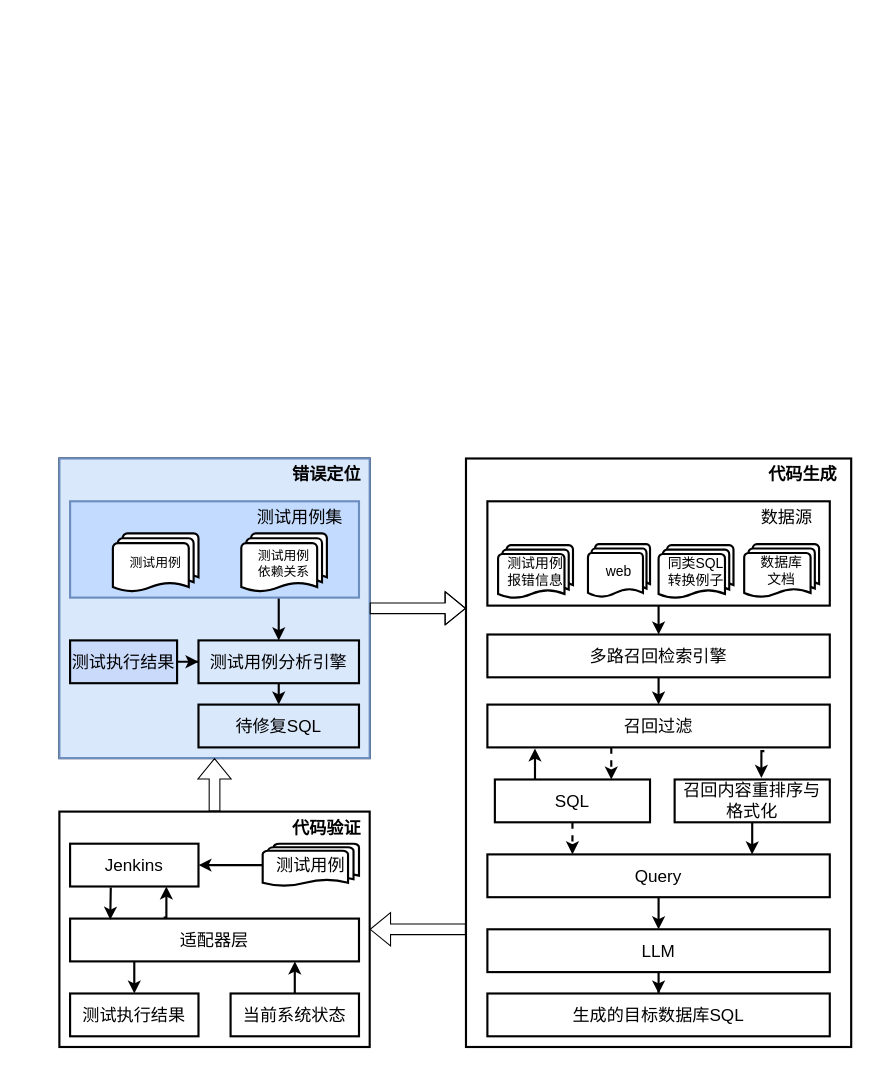
Before: architecture.drawio in Olive-2019/drawio-source, a draw.io diagram. Source tidied: cells renumbered, new cells numbered last; positions are measured from the earlier drawing's top-left corner, leaving out a move shared by most shapes. Both pictures are drawn from the tidied source at 107%, with x=0, y=0 at pixel (59, 458).
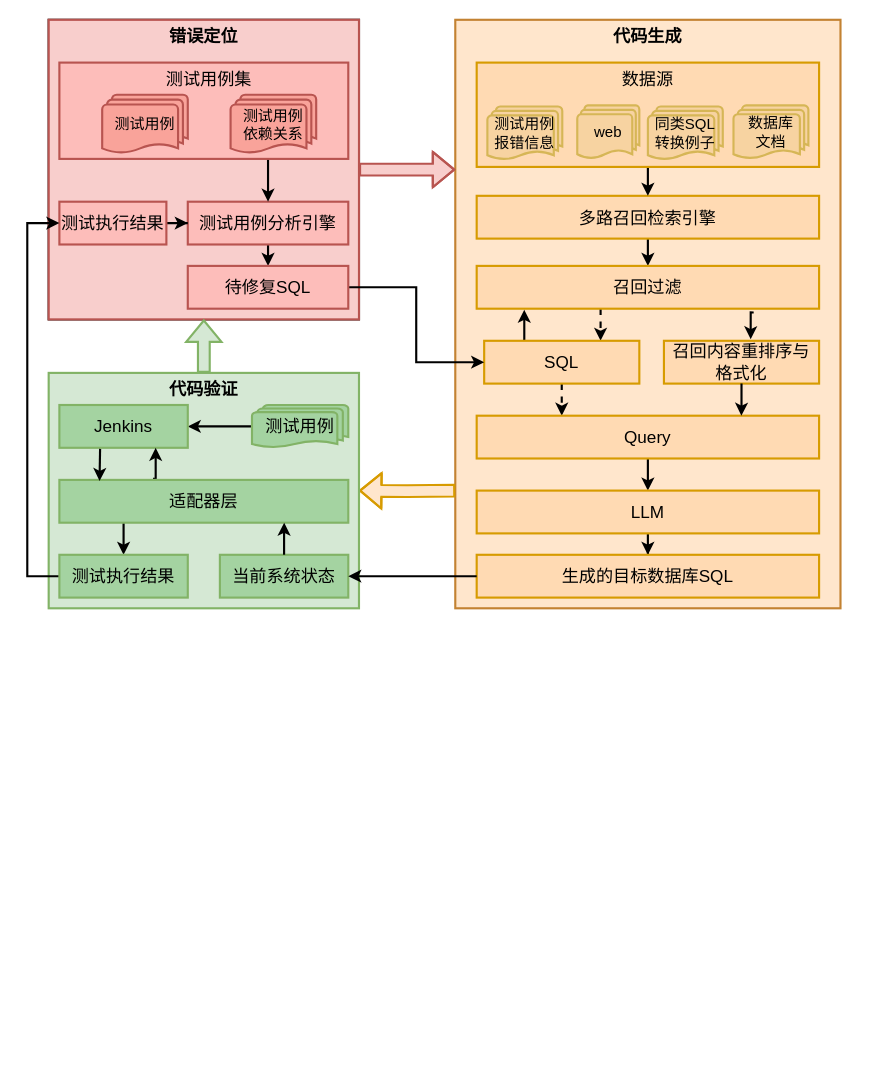
The same page after the edit.

The edit, as a diff of the source:
```diff
@@
+    <mxCell id="56" style="group;" parent="1" vertex="1">
+      <mxGeometry x="-30" y="-410" width="760" height="550" as="geometry" />
+    </mxCell>
-    <mxCell id="2" style="rounded=0;whiteSpace=wrap;html=1;strokeWidth=2;fillColor=default;" parent="1" vertex="1">
-      <mxGeometry width="290" height="280" as="geometry" />
+    <mxCell id="2" style="rounded=0;whiteSpace=wrap;html=1;strokeWidth=2;fillColor=default;" parent="56" vertex="1">
+      <mxGeometry x="20" width="290" height="280" as="geometry" />
     </mxCell>
-    <mxCell id="3" style="group;strokeWidth=2;" parent="1" vertex="1">
-      <mxGeometry x="380" width="360" height="550" as="geometry" />
+    <mxCell id="3" style="group;strokeWidth=2;fillColor=#ffe6cc;strokeColor=#c38232;" parent="56" vertex="1">
+      <mxGeometry x="400" width="360" height="550" as="geometry" />
     </mxCell>
-    <mxCell id="4" style="rounded=0;whiteSpace=wrap;html=1;fontFamily=Helvetica;fontSize=16;glass=0;shadow=0;fillColor=none;strokeWidth=2;" parent="3" vertex="1">
-      <mxGeometry width="360" height="550" as="geometry" />
-    </mxCell>
@@
-    <mxCell id="6" value="多路召回检索引擎" style="rounded=0;whiteSpace=wrap;html=1;fontStyle=0;fontSize=16;strokeWidth=2;" parent="3" vertex="1">
+    <mxCell id="6" value="多路召回检索引擎" style="rounded=0;whiteSpace=wrap;html=1;fontStyle=0;fontSize=16;strokeWidth=2;strokeColor=#d79b00;align=center;verticalAlign=middle;fontFamily=Helvetica;fillColor=#ffdab3;" parent="3" vertex="1">
       <mxGeometry x="20" y="164.5" width="320" height="40" as="geometry" />
     </mxCell>
@@
-    <mxCell id="9" value="召回过滤" style="rounded=0;whiteSpace=wrap;html=1;fontSize=16;strokeWidth=2;" parent="3" vertex="1">
+    <mxCell id="9" value="召回过滤" style="rounded=0;whiteSpace=wrap;html=1;fontSize=16;strokeWidth=2;strokeColor=#d79b00;align=center;verticalAlign=middle;fontFamily=Helvetica;fillColor=#ffdab3;" parent="3" vertex="1">
       <mxGeometry x="20" y="230" width="320" height="40" as="geometry" />
     </mxCell>
-    <mxCell id="10" value="召回内容重排序与格式化" style="rounded=0;whiteSpace=wrap;html=1;fontSize=16;strokeWidth=2;" parent="3" vertex="1">
+    <mxCell id="10" value="召回内容重排序与格式化" style="rounded=0;whiteSpace=wrap;html=1;fontSize=16;strokeWidth=2;strokeColor=#d79b00;align=center;verticalAlign=middle;fontFamily=Helvetica;fillColor=#ffdab3;" parent="3" vertex="1">
       <mxGeometry x="195" y="300" width="145" height="40" as="geometry" />
     </mxCell>
@@
-    <mxCell id="13" value="SQL" style="rounded=0;whiteSpace=wrap;html=1;fontSize=16;strokeWidth=2;" parent="3" vertex="1">
+    <mxCell id="13" value="SQL" style="rounded=0;whiteSpace=wrap;html=1;fontSize=16;strokeWidth=2;strokeColor=#d79b00;align=center;verticalAlign=middle;fontFamily=Helvetica;fillColor=#ffdab3;" parent="3" vertex="1">
       <mxGeometry x="27" y="300" width="145" height="40" as="geometry" />
     </mxCell>
-    <mxCell id="14" style="rounded=0;whiteSpace=wrap;html=1;fillColor=none;strokeWidth=2;" parent="3" vertex="1">
+    <mxCell id="14" style="rounded=0;whiteSpace=wrap;html=1;fillColor=#ffdab3;strokeWidth=2;strokeColor=#d79b00;" parent="3" vertex="1">
       <mxGeometry x="20" y="40" width="320" height="97.5" as="geometry" />
     </mxCell>
@@
-    <mxCell id="17" value="Query" style="rounded=0;whiteSpace=wrap;html=1;fontSize=16;strokeWidth=2;" parent="3" vertex="1">
+    <mxCell id="17" value="Query" style="rounded=0;whiteSpace=wrap;html=1;fontSize=16;strokeWidth=2;strokeColor=#d79b00;align=center;verticalAlign=middle;fontFamily=Helvetica;fillColor=#ffdab3;" parent="3" vertex="1">
       <mxGeometry x="20" y="370" width="320" height="40" as="geometry" />
     </mxCell>
@@
-    <mxCell id="20" value="LLM" style="rounded=0;whiteSpace=wrap;html=1;fontSize=16;strokeWidth=2;" parent="3" vertex="1">
+    <mxCell id="20" value="LLM" style="rounded=0;whiteSpace=wrap;html=1;fontSize=16;strokeWidth=2;strokeColor=#d79b00;align=center;verticalAlign=middle;fontFamily=Helvetica;fillColor=#ffdab3;" parent="3" vertex="1">
       <mxGeometry x="20" y="440" width="320" height="40" as="geometry" />
     </mxCell>
-    <mxCell id="21" value="生成的目标数据库SQL" style="rounded=0;whiteSpace=wrap;html=1;fontSize=16;strokeWidth=2;" parent="3" vertex="1">
+    <mxCell id="21" value="生成的目标数据库SQL" style="rounded=0;whiteSpace=wrap;html=1;fontSize=16;strokeWidth=2;strokeColor=#d79b00;align=center;verticalAlign=middle;fontFamily=Helvetica;fillColor=#ffdab3;" parent="3" vertex="1">
       <mxGeometry x="20" y="500" width="320" height="40" as="geometry" />
     </mxCell>
     <mxCell id="22" value="代码生成" style="text;html=1;align=center;verticalAlign=middle;whiteSpace=wrap;rounded=0;fontSize=16;strokeWidth=2;fontStyle=1;" parent="3" vertex="1">
-      <mxGeometry x="270" width="90" height="30" as="geometry" />
+      <mxGeometry x="135" width="90" height="30" as="geometry" />
     </mxCell>
-    <mxCell id="23" value="&lt;span style=&quot;font-size: 13px;&quot;&gt;数据库&lt;/span&gt;&lt;div style=&quot;font-size: 13px;&quot;&gt;文档&lt;/div&gt;" style="strokeWidth=2;html=1;shape=mxgraph.flowchart.multi-document;whiteSpace=wrap;" parent="3" vertex="1">
+    <mxCell id="23" value="&lt;span style=&quot;font-size: 14px;&quot;&gt;数据库&lt;/span&gt;&lt;div style=&quot;font-size: 14px;&quot;&gt;文档&lt;/div&gt;" style="strokeWidth=2;html=1;shape=mxgraph.flowchart.multi-document;whiteSpace=wrap;fillColor=#f7d3a1;strokeColor=#d6b656;fontSize=14;" parent="3" vertex="1">
       <mxGeometry x="260" y="80" width="70" height="50" as="geometry" />
     </mxCell>
-    <mxCell id="24" value="&lt;div&gt;&lt;span style=&quot;font-size: 13px;&quot;&gt;web&lt;/span&gt;&lt;/div&gt;" style="strokeWidth=2;html=1;shape=mxgraph.flowchart.multi-document;whiteSpace=wrap;" parent="3" vertex="1">
+    <mxCell id="24" value="&lt;div style=&quot;font-size: 14px;&quot;&gt;&lt;span style=&quot;font-size: 14px;&quot;&gt;web&lt;/span&gt;&lt;/div&gt;" style="strokeWidth=2;html=1;shape=mxgraph.flowchart.multi-document;whiteSpace=wrap;strokeColor=#d6b656;align=center;verticalAlign=middle;fontFamily=Helvetica;fontSize=14;fontColor=default;fillColor=#f7d3a1;" parent="3" vertex="1">
       <mxGeometry x="114" y="80" width="58" height="50" as="geometry" />
     </mxCell>
     <mxCell id="25" value="数据源" style="text;html=1;align=center;verticalAlign=middle;whiteSpace=wrap;rounded=0;fontSize=16;fontStyle=0;strokeWidth=2;" parent="3" vertex="1">
-      <mxGeometry x="270" y="40" width="60" height="30" as="geometry" />
+      <mxGeometry x="150" y="40" width="60" height="30" as="geometry" />
     </mxCell>
-    <mxCell id="26" value="&lt;span style=&quot;font-size: 13px;&quot;&gt;同类SQL&lt;/span&gt;&lt;div&gt;&lt;span style=&quot;font-size: 13px;&quot;&gt;转换例子&lt;/span&gt;&lt;/div&gt;" style="strokeWidth=2;html=1;shape=mxgraph.flowchart.multi-document;whiteSpace=wrap;" parent="3" vertex="1">
+    <mxCell id="26" value="&lt;span style=&quot;font-size: 14px;&quot;&gt;同类SQL&lt;/span&gt;&lt;div style=&quot;font-size: 14px;&quot;&gt;&lt;span style=&quot;font-size: 14px;&quot;&gt;转换例子&lt;/span&gt;&lt;/div&gt;" style="strokeWidth=2;html=1;shape=mxgraph.flowchart.multi-document;whiteSpace=wrap;strokeColor=#d6b656;align=center;verticalAlign=middle;fontFamily=Helvetica;fontSize=14;fontColor=default;fillColor=#f7d3a1;" parent="3" vertex="1">
       <mxGeometry x="180" y="81" width="70" height="50" as="geometry" />
     </mxCell>
-    <mxCell id="27" value="&lt;span style=&quot;font-size: 13px;&quot;&gt;测试用例&lt;/span&gt;&lt;div&gt;&lt;span style=&quot;font-size: 13px;&quot;&gt;报错信息&lt;/span&gt;&lt;br&gt;&lt;/div&gt;" style="strokeWidth=2;html=1;shape=mxgraph.flowchart.multi-document;whiteSpace=wrap;" parent="3" vertex="1">
+    <mxCell id="27" value="&lt;span style=&quot;font-size: 14px;&quot;&gt;测试用例&lt;/span&gt;&lt;div style=&quot;font-size: 14px;&quot;&gt;&lt;span style=&quot;font-size: 14px;&quot;&gt;报错信息&lt;/span&gt;&lt;br style=&quot;font-size: 14px;&quot;&gt;&lt;/div&gt;" style="strokeWidth=2;html=1;shape=mxgraph.flowchart.multi-document;whiteSpace=wrap;strokeColor=#d6b656;align=center;verticalAlign=middle;fontFamily=Helvetica;fontSize=14;fontColor=default;fillColor=#f7d3a1;" parent="3" vertex="1">
       <mxGeometry x="30" y="81" width="70" height="50" as="geometry" />
     </mxCell>
-    <mxCell id="28" style="group;strokeWidth=2;fillColor=#dae8fc;strokeColor=#6c8ebf;" parent="1" vertex="1">
-      <mxGeometry width="290" height="280" as="geometry" />
+    <mxCell id="28" style="group;strokeWidth=2;fillColor=#f8cecc;strokeColor=#b85450;" parent="56" vertex="1">
+      <mxGeometry x="20" width="290" height="280" as="geometry" />
     </mxCell>
-    <mxCell id="29" style="group;strokeWidth=2;" parent="1" vertex="1">
-      <mxGeometry x="10" y="360" width="310" height="190" as="geometry" />
-    </mxCell>
-    <mxCell id="30" style="rounded=0;whiteSpace=wrap;html=1;strokeWidth=2;" parent="29" vertex="1">
-      <mxGeometry x="-10" y="-30" width="290" height="220" as="geometry" />
-    </mxCell>
-    <mxCell id="31" style="edgeStyle=orthogonalEdgeStyle;rounded=0;jettySize=auto;html=1;fontSize=16;strokeWidth=2;" parent="29" edge="1" source="32" target="33">
-      <mxGeometry relative="1" as="geometry" />
-    </mxCell>
-    <mxCell id="32" value="测试用例" style="strokeWidth=2;html=1;shape=mxgraph.flowchart.multi-document;whiteSpace=wrap;fontSize=16;" parent="29" vertex="1">
-      <mxGeometry x="180" width="90" height="40" as="geometry" />
-    </mxCell>
-    <mxCell id="33" value="Jenkins" style="rounded=0;whiteSpace=wrap;html=1;fontSize=16;strokeWidth=2;" parent="29" vertex="1">
-      <mxGeometry width="120" height="40" as="geometry" />
-    </mxCell>
-    <mxCell id="34" style="edgeStyle=orthogonalEdgeStyle;rounded=0;jettySize=auto;html=1;entryX=0.5;entryY=0;entryDx=0;entryDy=0;exitX=0.226;exitY=1.013;exitDx=0;exitDy=0;exitPerimeter=0;strokeWidth=2;" parent="29" edge="1" source="36" target="38">
-      <mxGeometry relative="1" as="geometry" />
-    </mxCell>
-    <mxCell id="35" style="edgeStyle=orthogonalEdgeStyle;rounded=0;jettySize=auto;html=1;entryX=0.75;entryY=1;entryDx=0;entryDy=0;exitX=0.324;exitY=-0.025;exitDx=0;exitDy=0;exitPerimeter=0;strokeWidth=2;" parent="29" edge="1" source="36" target="33">
-      <mxGeometry relative="1" as="geometry" />
-    </mxCell>
-    <mxCell id="36" value="适配器层" style="rounded=0;whiteSpace=wrap;html=1;fontSize=16;strokeWidth=2;" parent="29" vertex="1">
-      <mxGeometry y="70" width="270" height="40" as="geometry" />
-    </mxCell>
-    <mxCell id="37" value="当前系统状态" style="rounded=0;whiteSpace=wrap;html=1;fontSize=16;strokeWidth=2;" parent="29" vertex="1">
-      <mxGeometry x="150" y="140" width="120" height="40" as="geometry" />
-    </mxCell>
-    <mxCell id="38" value="&lt;span style=&quot;font-size: 16px;&quot;&gt;测试执行结果&lt;/span&gt;" style="rounded=0;whiteSpace=wrap;html=1;fontSize=16;strokeWidth=2;" parent="29" vertex="1">
-      <mxGeometry y="140" width="120" height="40" as="geometry" />
-    </mxCell>
-    <mxCell id="39" style="edgeStyle=orthogonalEdgeStyle;rounded=0;jettySize=auto;html=1;entryX=0.778;entryY=1;entryDx=0;entryDy=0;entryPerimeter=0;strokeWidth=2;" parent="29" edge="1" source="37" target="36">
-      <mxGeometry relative="1" as="geometry" />
-    </mxCell>
-    <mxCell id="40" style="edgeStyle=orthogonalEdgeStyle;rounded=0;jettySize=auto;html=1;entryX=0.139;entryY=0.025;entryDx=0;entryDy=0;entryPerimeter=0;exitX=0.317;exitY=1.025;exitDx=0;exitDy=0;exitPerimeter=0;strokeWidth=2;" parent="29" edge="1" source="33" target="36">
-      <mxGeometry relative="1" as="geometry" />
-    </mxCell>
-    <mxCell id="41" value="代码验证" style="text;html=1;align=center;verticalAlign=middle;whiteSpace=wrap;rounded=0;fontSize=16;strokeWidth=2;fontStyle=1;" parent="29" vertex="1">
-      <mxGeometry x="200" y="-30" width="80" height="30" as="geometry" />
-    </mxCell>
-    <mxCell id="42" style="edgeStyle=orthogonalEdgeStyle;rounded=0;jettySize=auto;html=1;entryX=0.5;entryY=1;entryDx=0;entryDy=0;shape=flexArrow;" parent="1" edge="1" source="30" target="2">
+    <mxCell id="42" style="edgeStyle=orthogonalEdgeStyle;rounded=0;jettySize=auto;html=1;entryX=0.5;entryY=1;entryDx=0;entryDy=0;shape=flexArrow;fillColor=#d5e8d4;strokeColor=#82b366;strokeWidth=2;" parent="56" edge="1" source="30" target="2">
       <mxGeometry relative="1" as="geometry" />
     </mxCell>
-    <mxCell id="43" style="edgeStyle=orthogonalEdgeStyle;rounded=0;jettySize=auto;html=1;shape=flexArrow;" parent="1" edge="1" source="2">
+    <mxCell id="43" style="edgeStyle=orthogonalEdgeStyle;rounded=0;jettySize=auto;html=1;shape=flexArrow;fillColor=#f8cecc;strokeColor=#b85450;strokeWidth=2;" parent="56" edge="1" source="2">
       <mxGeometry relative="1" as="geometry">
-        <mxPoint x="380" y="140" as="targetPoint" />
+        <mxPoint x="400" y="140" as="targetPoint" />
       </mxGeometry>
     </mxCell>
-    <mxCell id="44" style="edgeStyle=orthogonalEdgeStyle;rounded=0;jettySize=auto;html=1;entryX=1;entryY=0.5;entryDx=0;entryDy=0;exitX=0;exitY=0.8;exitDx=0;exitDy=0;exitPerimeter=0;shape=flexArrow;" parent="1" edge="1" source="4" target="30">
-      <mxGeometry relative="1" as="geometry" />
+    <mxCell id="44" style="edgeStyle=orthogonalEdgeStyle;rounded=0;jettySize=auto;html=1;entryX=1;entryY=0.5;entryDx=0;entryDy=0;shape=flexArrow;fillColor=#ffe6cc;strokeColor=#d79b00;strokeWidth=2;" parent="56" edge="1" target="30">
+      <mxGeometry relative="1" as="geometry">
+        <mxPoint x="400" y="440" as="sourcePoint" />
+      </mxGeometry>
     </mxCell>
-    <mxCell id="45" value="错误定位" style="text;html=1;align=center;verticalAlign=middle;whiteSpace=wrap;rounded=0;fontSize=16;strokeWidth=2;fontStyle=1;" parent="1" vertex="1">
-      <mxGeometry x="210" width="80" height="30" as="geometry" />
+    <mxCell id="45" value="错误定位" style="text;html=1;align=center;verticalAlign=middle;whiteSpace=wrap;rounded=0;fontSize=16;strokeWidth=2;fontStyle=1;" parent="56" vertex="1">
+      <mxGeometry x="125" width="80" height="30" as="geometry" />
     </mxCell>
-    <mxCell id="46" style="edgeStyle=orthogonalEdgeStyle;rounded=0;jettySize=auto;html=1;exitX=0.5;exitY=1;exitDx=0;exitDy=0;entryX=0.5;entryY=0;entryDx=0;entryDy=0;strokeWidth=2;" parent="1" edge="1" source="47" target="51">
+    <mxCell id="46" style="edgeStyle=orthogonalEdgeStyle;rounded=0;jettySize=auto;html=1;exitX=0.5;exitY=1;exitDx=0;exitDy=0;entryX=0.5;entryY=0;entryDx=0;entryDy=0;strokeWidth=2;" parent="56" edge="1" source="47" target="51">
       <mxGeometry relative="1" as="geometry" />
     </mxCell>
-    <mxCell id="47" value="测试用例分析引擎" style="rounded=0;whiteSpace=wrap;html=1;fillColor=none;strokeWidth=2;fontSize=16;" parent="1" vertex="1">
-      <mxGeometry x="130" y="170" width="150" height="40" as="geometry" />
+    <mxCell id="47" value="测试用例分析引擎" style="rounded=0;whiteSpace=wrap;html=1;fillColor=#fdbdba;strokeWidth=2;fontSize=16;strokeColor=#b85450;align=center;verticalAlign=middle;fontFamily=Helvetica;" parent="56" vertex="1">
+      <mxGeometry x="150" y="170" width="150" height="40" as="geometry" />
     </mxCell>
-    <mxCell id="48" style="edgeStyle=orthogonalEdgeStyle;rounded=0;jettySize=auto;html=1;strokeWidth=2;" parent="1" edge="1" source="49" target="47">
+    <mxCell id="48" style="edgeStyle=orthogonalEdgeStyle;rounded=0;jettySize=auto;html=1;strokeWidth=2;" parent="56" edge="1" source="49" target="47">
       <mxGeometry relative="1" as="geometry" />
     </mxCell>
-    <mxCell id="49" value="测试执行结果" style="rounded=0;whiteSpace=wrap;html=1;fontSize=16;strokeWidth=2;fillColor=#c9dafb;" parent="1" vertex="1">
-      <mxGeometry x="10" y="170" width="100" height="40" as="geometry" />
+    <mxCell id="49" value="测试执行结果" style="rounded=0;whiteSpace=wrap;html=1;fontSize=16;strokeWidth=2;fillColor=#fdbdba;strokeColor=#b85450;" parent="56" vertex="1">
+      <mxGeometry x="30" y="170" width="100" height="40" as="geometry" />
     </mxCell>
-    <mxCell id="50" style="edgeStyle=orthogonalEdgeStyle;rounded=0;jettySize=auto;html=1;entryX=0.5;entryY=0;entryDx=0;entryDy=0;strokeWidth=2;" parent="1" edge="1" source="52" target="47">
+    <mxCell id="50" style="edgeStyle=orthogonalEdgeStyle;rounded=0;jettySize=auto;html=1;entryX=0.5;entryY=0;entryDx=0;entryDy=0;strokeWidth=2;" parent="56" edge="1" source="52" target="47">
       <mxGeometry relative="1" as="geometry">
         <Array as="points">
-          <mxPoint x="205" y="140" />
-          <mxPoint x="205" y="140" />
+          <mxPoint x="225" y="140" />
+          <mxPoint x="225" y="140" />
         </Array>
       </mxGeometry>
     </mxCell>
+    <mxCell id="57" style="edgeStyle=orthogonalEdgeStyle;rounded=0;jettySize=auto;html=1;entryX=0;entryY=0.5;entryDx=0;entryDy=0;strokeWidth=2;" parent="56" edge="1" source="51" target="13">
+      <mxGeometry relative="1" as="geometry" />
+    </mxCell>
-    <mxCell id="51" value="待修复SQL&lt;span class=&quot;eusoft-eudic-chrome-extension-translate-content&quot;&gt;&lt;/span&gt;" style="rounded=0;whiteSpace=wrap;html=1;fillColor=none;strokeWidth=2;fontSize=16;" parent="1" vertex="1">
-      <mxGeometry x="130" y="230" width="150" height="40" as="geometry" />
+    <mxCell id="51" value="待修复SQL&lt;span class=&quot;eusoft-eudic-chrome-extension-translate-content&quot;&gt;&lt;/span&gt;" style="rounded=0;whiteSpace=wrap;html=1;fillColor=#fdbdba;strokeWidth=2;fontSize=16;strokeColor=#b85450;align=center;verticalAlign=middle;fontFamily=Helvetica;" parent="56" vertex="1">
+      <mxGeometry x="150" y="230" width="150" height="40" as="geometry" />
     </mxCell>
-    <mxCell id="52" style="rounded=0;whiteSpace=wrap;html=1;strokeWidth=2;fillColor=#c3dbfe;fontSize=16;strokeColor=#6c8ebf;" parent="1" vertex="1">
-      <mxGeometry x="10" y="40" width="270" height="90" as="geometry" />
+    <mxCell id="52" style="rounded=0;whiteSpace=wrap;html=1;strokeWidth=2;fillColor=#fdbdba;fontSize=16;strokeColor=#b85450;align=center;verticalAlign=middle;fontFamily=Helvetica;" parent="56" vertex="1">
+      <mxGeometry x="30" y="40" width="270" height="90" as="geometry" />
     </mxCell>
-    <mxCell id="53" value="测试用例" style="strokeWidth=2;html=1;shape=mxgraph.flowchart.multi-document;whiteSpace=wrap;fontSize=12;" parent="1" vertex="1">
-      <mxGeometry x="50" y="70" width="80" height="55" as="geometry" />
+    <mxCell id="53" value="测试用例" style="strokeWidth=2;html=1;shape=mxgraph.flowchart.multi-document;whiteSpace=wrap;fontSize=14;fillColor=#f9a39a;strokeColor=#b85450;" parent="56" vertex="1">
+      <mxGeometry x="70" y="70" width="80" height="55" as="geometry" />
     </mxCell>
-    <mxCell id="54" value="测试用例&lt;div style=&quot;font-size: 12px;&quot;&gt;依赖关系&lt;/div&gt;" style="strokeWidth=2;html=1;shape=mxgraph.flowchart.multi-document;whiteSpace=wrap;fontSize=12;" parent="1" vertex="1">
-      <mxGeometry x="170" y="70" width="80" height="55" as="geometry" />
+    <mxCell id="54" value="测试用例&lt;div style=&quot;font-size: 14px;&quot;&gt;依赖关系&lt;/div&gt;" style="strokeWidth=2;html=1;shape=mxgraph.flowchart.multi-document;whiteSpace=wrap;fontSize=14;strokeColor=#b85450;align=center;verticalAlign=middle;fontFamily=Helvetica;fillColor=#f9a39a;" parent="56" vertex="1">
+      <mxGeometry x="190" y="70" width="80" height="55" as="geometry" />
     </mxCell>
-    <mxCell id="55" value="测试用例集" style="text;html=1;align=center;verticalAlign=middle;whiteSpace=wrap;rounded=0;fontSize=16;strokeWidth=2;" parent="1" vertex="1">
-      <mxGeometry x="180" y="40" width="90" height="30" as="geometry" />
+    <mxCell id="55" value="测试用例集" style="text;html=1;align=center;verticalAlign=middle;whiteSpace=wrap;rounded=0;fontSize=16;strokeWidth=2;" parent="56" vertex="1">
+      <mxGeometry x="125" y="40" width="90" height="30" as="geometry" />
     </mxCell>
+    <mxCell id="30" style="rounded=0;whiteSpace=wrap;html=1;strokeWidth=2;fillColor=#d5e8d4;strokeColor=#82b366;" parent="56" vertex="1">
+      <mxGeometry x="20" y="330" width="290" height="220" as="geometry" />
+    </mxCell>
+    <mxCell id="31" style="edgeStyle=orthogonalEdgeStyle;rounded=0;jettySize=auto;html=1;fontSize=16;strokeWidth=2;" parent="56" edge="1" source="32" target="33">
+      <mxGeometry relative="1" as="geometry" />
+    </mxCell>
+    <mxCell id="32" value="测试用例" style="strokeWidth=2;html=1;shape=mxgraph.flowchart.multi-document;whiteSpace=wrap;fontSize=16;fillColor=#a4d3a1;strokeColor=#82b366;" parent="56" vertex="1">
+      <mxGeometry x="210" y="360" width="90" height="40" as="geometry" />
+    </mxCell>
+    <mxCell id="33" value="Jenkins" style="rounded=0;whiteSpace=wrap;html=1;fontSize=16;strokeWidth=2;strokeColor=#82b366;align=center;verticalAlign=middle;fontFamily=Helvetica;fontColor=default;fillColor=#a4d3a1;" parent="56" vertex="1">
+      <mxGeometry x="30" y="360" width="120" height="40" as="geometry" />
+    </mxCell>
+    <mxCell id="34" style="edgeStyle=orthogonalEdgeStyle;rounded=0;jettySize=auto;html=1;entryX=0.5;entryY=0;entryDx=0;entryDy=0;exitX=0.226;exitY=1.013;exitDx=0;exitDy=0;exitPerimeter=0;strokeWidth=2;" parent="56" edge="1" source="36" target="38">
+      <mxGeometry relative="1" as="geometry" />
+    </mxCell>
+    <mxCell id="35" style="edgeStyle=orthogonalEdgeStyle;rounded=0;jettySize=auto;html=1;entryX=0.75;entryY=1;entryDx=0;entryDy=0;exitX=0.324;exitY=-0.025;exitDx=0;exitDy=0;exitPerimeter=0;strokeWidth=2;" parent="56" edge="1" source="36" target="33">
+      <mxGeometry relative="1" as="geometry" />
+    </mxCell>
+    <mxCell id="36" value="适配器层" style="rounded=0;whiteSpace=wrap;html=1;fontSize=16;strokeWidth=2;strokeColor=#82b366;align=center;verticalAlign=middle;fontFamily=Helvetica;fontColor=default;fillColor=#a4d3a1;" parent="56" vertex="1">
+      <mxGeometry x="30" y="430" width="270" height="40" as="geometry" />
+    </mxCell>
+    <mxCell id="37" value="当前系统状态" style="rounded=0;whiteSpace=wrap;html=1;fontSize=16;strokeWidth=2;strokeColor=#82b366;align=center;verticalAlign=middle;fontFamily=Helvetica;fontColor=default;fillColor=#a4d3a1;" parent="56" vertex="1">
+      <mxGeometry x="180" y="500" width="120" height="40" as="geometry" />
+    </mxCell>
+    <mxCell id="58" style="edgeStyle=orthogonalEdgeStyle;rounded=0;jettySize=auto;html=1;entryX=0;entryY=0.5;entryDx=0;entryDy=0;strokeWidth=2;" parent="56" edge="1" source="38" target="49">
+      <mxGeometry relative="1" as="geometry">
+        <Array as="points">
+          <mxPoint y="520" />
+          <mxPoint y="190" />
+        </Array>
+      </mxGeometry>
+    </mxCell>
+    <mxCell id="38" value="&lt;span style=&quot;font-size: 16px;&quot;&gt;测试执行结果&lt;/span&gt;" style="rounded=0;whiteSpace=wrap;html=1;fontSize=16;strokeWidth=2;strokeColor=#82b366;align=center;verticalAlign=middle;fontFamily=Helvetica;fontColor=default;fillColor=#a4d3a1;" parent="56" vertex="1">
+      <mxGeometry x="30" y="500" width="120" height="40" as="geometry" />
+    </mxCell>
+    <mxCell id="39" style="edgeStyle=orthogonalEdgeStyle;rounded=0;jettySize=auto;html=1;entryX=0.778;entryY=1;entryDx=0;entryDy=0;entryPerimeter=0;strokeWidth=2;" parent="56" edge="1" source="37" target="36">
+      <mxGeometry relative="1" as="geometry" />
+    </mxCell>
+    <mxCell id="40" style="edgeStyle=orthogonalEdgeStyle;rounded=0;jettySize=auto;html=1;entryX=0.139;entryY=0.025;entryDx=0;entryDy=0;entryPerimeter=0;exitX=0.317;exitY=1.025;exitDx=0;exitDy=0;exitPerimeter=0;strokeWidth=2;" parent="56" edge="1" source="33" target="36">
+      <mxGeometry relative="1" as="geometry" />
+    </mxCell>
+    <mxCell id="41" value="代码验证" style="text;html=1;align=center;verticalAlign=middle;whiteSpace=wrap;rounded=0;fontSize=16;strokeWidth=2;fontStyle=1;" parent="56" vertex="1">
+      <mxGeometry x="125" y="330" width="80" height="30" as="geometry" />
+    </mxCell>
+    <mxCell id="59" style="edgeStyle=orthogonalEdgeStyle;rounded=0;jettySize=auto;html=1;entryX=1;entryY=0.5;entryDx=0;entryDy=0;strokeWidth=2;" parent="56" edge="1" source="21" target="37">
+      <mxGeometry relative="1" as="geometry" />
+    </mxCell>
```
